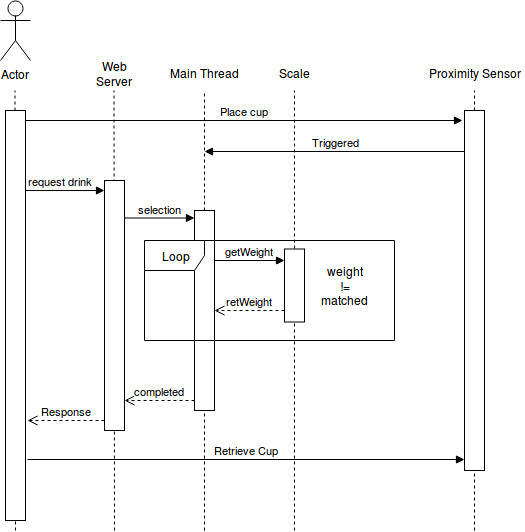
Before: Software/images/UMLDiagram.png, a diagram exported from draw.io (uog-mai/automated-bar). Source tidied: cells renumbered, new cells last; positions are measured from the earlier drawing's top-left corner, leaving out a move shared by most shapes.
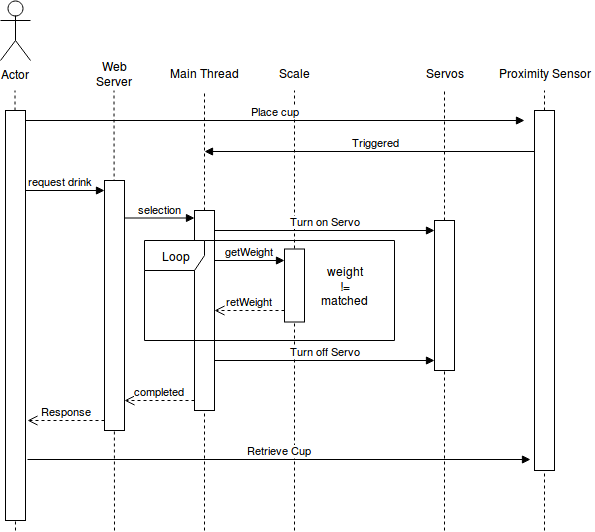
The same diagram one commit later.

Commit message:
Changed Sequence diagram

Change to the diagram source:
```diff
@@ -44,7 +44,7 @@
       </mxGeometry>
     </mxCell>
     <mxCell id="11" value="Proximity Sensor" style="text;html=1;strokeColor=none;fillColor=none;align=center;verticalAlign=middle;whiteSpace=wrap;rounded=0;" parent="1" vertex="1">
-      <mxGeometry x="424" y="63" width="100" height="20" as="geometry" />
+      <mxGeometry x="494" y="63" width="100" height="20" as="geometry" />
     </mxCell>
     <mxCell id="12" style="rounded=0;whiteSpace=wrap;html=1;" parent="1" vertex="1">
       <mxGeometry x="194" y="210" width="20" height="200" as="geometry" />
@@ -57,9 +57,8 @@
     <mxCell id="14" style="rounded=0;whiteSpace=wrap;html=1;" parent="1" vertex="1">
       <mxGeometry x="5" y="110" width="20" height="410" as="geometry" />
     </mxCell>
-    <mxCell id="15" value="Triggered" style="html=1;verticalAlign=bottom;endArrow=block;" parent="1" edge="1">
+    <mxCell id="15" value="Triggered" style="html=1;verticalAlign=bottom;endArrow=block;exitX=0.5;exitY=0.114;exitDx=0;exitDy=0;exitPerimeter=0;" parent="1" edge="1" source="20">
       <mxGeometry relative="1" as="geometry">
-        <mxPoint x="464" y="151" as="sourcePoint" />
         <mxPoint x="204" y="151" as="targetPoint" />
       </mxGeometry>
     </mxCell>
@@ -77,12 +76,12 @@
     </mxCell>
     <mxCell id="19" style="endArrow=none;dashed=1;html=1;" parent="1" edge="1">
       <mxGeometry relative="1" as="geometry">
-        <mxPoint x="474" y="530" as="sourcePoint" />
-        <mxPoint x="474" y="90" as="targetPoint" />
+        <mxPoint x="544" y="530" as="sourcePoint" />
+        <mxPoint x="544" y="90" as="targetPoint" />
       </mxGeometry>
     </mxCell>
     <mxCell id="20" style="rounded=0;whiteSpace=wrap;html=1;" parent="1" vertex="1">
-      <mxGeometry x="464" y="110" width="20" height="360" as="geometry" />
+      <mxGeometry x="534" y="110" width="20" height="360" as="geometry" />
     </mxCell>
     <mxCell id="21" style="rounded=0;whiteSpace=wrap;html=1;" parent="1" vertex="1">
       <mxGeometry x="284" y="248.5" width="20" height="73" as="geometry" />
@@ -105,7 +104,7 @@
     <mxCell id="25" value="Place cup" style="html=1;verticalAlign=bottom;endArrow=block;" parent="1" edge="1">
       <mxGeometry relative="1" as="geometry">
         <mxPoint x="25" y="120" as="sourcePoint" />
-        <mxPoint x="462" y="120" as="targetPoint" />
+        <mxPoint x="524" y="120" as="targetPoint" />
       </mxGeometry>
     </mxCell>
     <mxCell id="26" value="completed" style="html=1;verticalAlign=bottom;endArrow=open;dashed=1;endSize=8;" parent="1" edge="1">
@@ -120,11 +119,38 @@
         <mxPoint x="27" y="420" as="targetPoint" />
       </mxGeometry>
     </mxCell>
-    <mxCell id="28" value="Retrieve Cup" style="html=1;verticalAlign=bottom;endArrow=block;" parent="1" edge="1">
+    <mxCell id="28" value="Retrieve Cup" style="html=1;verticalAlign=bottom;endArrow=block;entryX=-0.2;entryY=0.969;entryDx=0;entryDy=0;entryPerimeter=0;" parent="1" edge="1" target="20">
       <mxGeometry relative="1" as="geometry">
         <mxPoint x="27" y="459" as="sourcePoint" />
-        <mxPoint x="464" y="459" as="targetPoint" />
       </mxGeometry>
     </mxCell>
+    <mxCell id="29" style="endArrow=none;dashed=1;html=1;" parent="1" edge="1" source="30">
+      <mxGeometry relative="1" as="geometry">
+        <mxPoint x="444" y="90" as="targetPoint" />
+      </mxGeometry>
+    </mxCell>
+    <mxCell id="30" style="rounded=0;whiteSpace=wrap;html=1;" parent="1" vertex="1">
+      <mxGeometry x="434" y="220" width="20" height="150" as="geometry" />
+    </mxCell>
+    <mxCell id="31" style="endArrow=none;dashed=1;html=1;" parent="1" edge="1" target="30">
+      <mxGeometry relative="1" as="geometry">
+        <mxPoint x="444" y="530" as="sourcePoint" />
+      </mxGeometry>
+    </mxCell>
+    <mxCell id="32" value="Turn on Servo" style="html=1;verticalAlign=bottom;endArrow=block;" parent="1" edge="1">
+      <mxGeometry relative="1" as="geometry">
+        <mxPoint x="214" y="230" as="sourcePoint" />
+        <mxPoint x="434" y="230" as="targetPoint" />
+      </mxGeometry>
+    </mxCell>
+    <mxCell id="33" value="Servos" style="text;html=1;strokeColor=none;fillColor=none;align=center;verticalAlign=middle;whiteSpace=wrap;rounded=0;" parent="1" vertex="1">
+      <mxGeometry x="394" y="63" width="100" height="20" as="geometry" />
+    </mxCell>
+    <mxCell id="34" value="Turn off Servo" style="html=1;verticalAlign=bottom;endArrow=block;" parent="1" edge="1">
+      <mxGeometry relative="1" as="geometry">
+        <mxPoint x="214" y="360" as="sourcePoint" />
+        <mxPoint x="434" y="360" as="targetPoint" />
+      </mxGeometry>
+    </mxCell>
   </root>
 </mxGraphModel>
```
